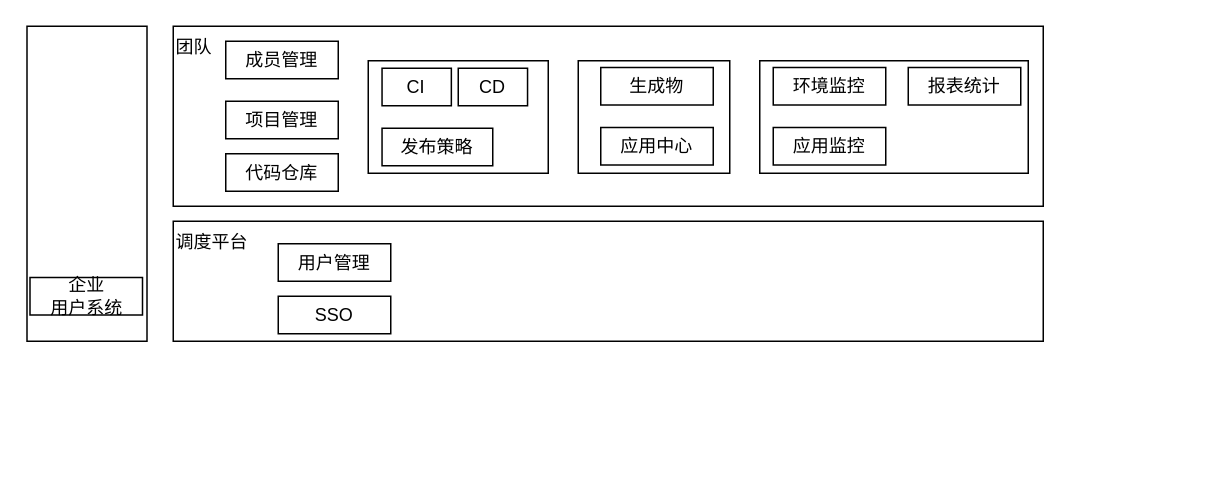
guowenshuai/draw.io keeps this draw.io diagram as raging一站式原生云平台整体架构图.drawio. Above is the earlier version. Source tidied: cells renumbered, new cells numbered last; positions are measured from the earlier drawing's top-left corner, leaving out a move shared by most shapes. Both pictures are drawn from the tidied source at 150%, with x=0, y=0 at pixel (26, 26).
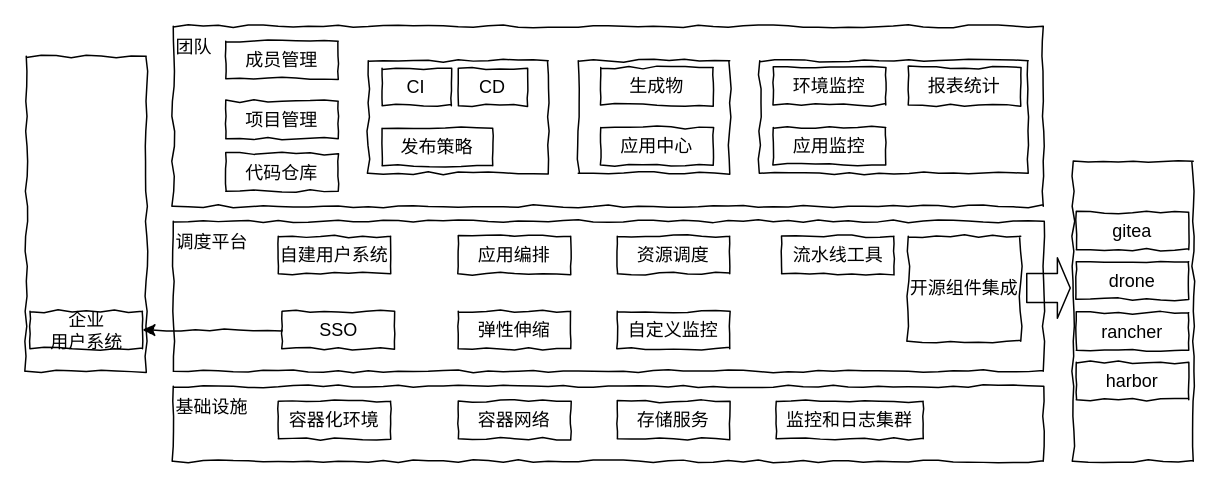
After the change.

Commit message (it also covers changes not shown here):
Update raging一站式原生云平台整体架构图.drawio

Change to the diagram source:
```diff
@@
-    <mxCell id="2" value="团队" style="rounded=0;whiteSpace=wrap;html=1;align=left;horizontal=1;verticalAlign=top;" parent="1" vertex="1">
+    <mxCell id="2" value="团队" style="rounded=0;whiteSpace=wrap;html=1;align=left;horizontal=1;verticalAlign=top;comic=1;" parent="1" vertex="1">
       <mxGeometry x="98" width="580" height="120" as="geometry" />
     </mxCell>
-    <mxCell id="3" value="成员管理" style="rounded=0;whiteSpace=wrap;html=1;" parent="1" vertex="1">
+    <mxCell id="3" value="成员管理" style="rounded=0;whiteSpace=wrap;html=1;comic=1;" parent="1" vertex="1">
       <mxGeometry x="133" y="10" width="75" height="25" as="geometry" />
     </mxCell>
-    <mxCell id="4" value="代码仓库" style="rounded=0;whiteSpace=wrap;html=1;" parent="1" vertex="1">
+    <mxCell id="4" value="代码仓库" style="rounded=0;whiteSpace=wrap;html=1;comic=1;" parent="1" vertex="1">
       <mxGeometry x="133" y="85" width="75" height="25" as="geometry" />
     </mxCell>
-    <mxCell id="5" value="项目管理" style="rounded=0;whiteSpace=wrap;html=1;" parent="1" vertex="1">
+    <mxCell id="5" value="项目管理" style="rounded=0;whiteSpace=wrap;html=1;comic=1;" parent="1" vertex="1">
       <mxGeometry x="133" y="50" width="75" height="25" as="geometry" />
     </mxCell>
-    <mxCell id="6" style="group;" parent="1" vertex="1">
+    <mxCell id="6" style="group;comic=1;" parent="1" vertex="1">
       <mxGeometry x="228" y="23" width="120" height="75" as="geometry" />
     </mxCell>
-    <mxCell id="7" style="rounded=0;whiteSpace=wrap;html=1;align=left;" parent="6" vertex="1">
+    <mxCell id="7" style="rounded=0;whiteSpace=wrap;html=1;align=left;comic=1;" parent="6" vertex="1">
       <mxGeometry width="120" height="75" as="geometry" />
     </mxCell>
-    <mxCell id="8" value="发布策略" style="rounded=0;whiteSpace=wrap;html=1;" parent="6" vertex="1">
+    <mxCell id="8" value="发布策略" style="rounded=0;whiteSpace=wrap;html=1;comic=1;" parent="6" vertex="1">
       <mxGeometry x="9.2" y="45" width="73.8" height="25" as="geometry" />
     </mxCell>
-    <mxCell id="9" value="CI" style="rounded=0;whiteSpace=wrap;html=1;" parent="6" vertex="1">
+    <mxCell id="9" value="CI" style="rounded=0;whiteSpace=wrap;html=1;comic=1;" parent="6" vertex="1">
       <mxGeometry x="9.2" y="5" width="46.2" height="25" as="geometry" />
     </mxCell>
-    <mxCell id="10" value="CD" style="rounded=0;whiteSpace=wrap;html=1;" parent="6" vertex="1">
+    <mxCell id="10" value="CD" style="rounded=0;whiteSpace=wrap;html=1;comic=1;" parent="6" vertex="1">
       <mxGeometry x="60" y="5" width="46.2" height="25" as="geometry" />
     </mxCell>
-    <mxCell id="11" style="rounded=0;whiteSpace=wrap;html=1;align=left;" parent="1" vertex="1">
+    <mxCell id="11" style="rounded=0;whiteSpace=wrap;html=1;align=left;comic=1;" parent="1" vertex="1">
       <mxGeometry x="368" y="23" width="101" height="75" as="geometry" />
     </mxCell>
-    <mxCell id="12" style="rounded=0;whiteSpace=wrap;html=1;align=left;" parent="1" vertex="1">
+    <mxCell id="12" style="rounded=0;whiteSpace=wrap;html=1;align=left;comic=1;" parent="1" vertex="1">
       <mxGeometry x="489" y="23" width="179" height="75" as="geometry" />
     </mxCell>
-    <mxCell id="13" value="应用监控" style="rounded=0;whiteSpace=wrap;html=1;" parent="1" vertex="1">
+    <mxCell id="13" value="应用监控" style="rounded=0;whiteSpace=wrap;html=1;comic=1;" parent="1" vertex="1">
       <mxGeometry x="498" y="67.5" width="75" height="25" as="geometry" />
     </mxCell>
-    <mxCell id="14" value="环境监控" style="rounded=0;whiteSpace=wrap;html=1;" parent="1" vertex="1">
+    <mxCell id="14" value="环境监控" style="rounded=0;whiteSpace=wrap;html=1;comic=1;" parent="1" vertex="1">
       <mxGeometry x="498" y="27.5" width="75" height="25" as="geometry" />
     </mxCell>
-    <mxCell id="15" value="生成物" style="rounded=0;whiteSpace=wrap;html=1;" parent="1" vertex="1">
+    <mxCell id="15" value="生成物" style="rounded=0;whiteSpace=wrap;html=1;comic=1;" parent="1" vertex="1">
       <mxGeometry x="383" y="27.5" width="75" height="25" as="geometry" />
     </mxCell>
-    <mxCell id="16" value="应用中心" style="rounded=0;whiteSpace=wrap;html=1;" parent="1" vertex="1">
+    <mxCell id="16" value="应用中心" style="rounded=0;whiteSpace=wrap;html=1;comic=1;" parent="1" vertex="1">
       <mxGeometry x="383" y="67.5" width="75" height="25" as="geometry" />
     </mxCell>
-    <mxCell id="17" value="报表统计" style="rounded=0;whiteSpace=wrap;html=1;" parent="1" vertex="1">
+    <mxCell id="17" value="报表统计" style="rounded=0;whiteSpace=wrap;html=1;comic=1;" parent="1" vertex="1">
       <mxGeometry x="588" y="27.5" width="75" height="25" as="geometry" />
     </mxCell>
-    <mxCell id="18" value="调度平台" style="rounded=0;whiteSpace=wrap;html=1;align=left;horizontal=1;verticalAlign=top;" parent="1" vertex="1">
-      <mxGeometry x="98" y="130" width="580" height="80" as="geometry" />
+    <mxCell id="18" value="调度平台" style="rounded=0;whiteSpace=wrap;html=1;align=left;horizontal=1;verticalAlign=top;comic=1;" parent="1" vertex="1">
+      <mxGeometry x="98" y="130" width="580" height="100" as="geometry" />
     </mxCell>
-    <mxCell id="19" value="用户管理" style="rounded=0;whiteSpace=wrap;html=1;" parent="1" vertex="1">
-      <mxGeometry x="168" y="145" width="75" height="25" as="geometry" />
+    <mxCell id="19" value="自建用户系统" style="rounded=0;whiteSpace=wrap;html=1;comic=1;" parent="1" vertex="1">
+      <mxGeometry x="168" y="140" width="75" height="25" as="geometry" />
     </mxCell>
-    <mxCell id="20" value="SSO" style="rounded=0;whiteSpace=wrap;html=1;" parent="1" vertex="1">
-      <mxGeometry x="168" y="180" width="75" height="25" as="geometry" />
+    <mxCell id="20" value="SSO" style="rounded=0;whiteSpace=wrap;html=1;comic=1;" parent="1" vertex="1">
+      <mxGeometry x="170.5" y="190" width="75" height="25" as="geometry" />
     </mxCell>
-    <mxCell id="21" style="rounded=0;whiteSpace=wrap;html=1;align=left;" parent="1" vertex="1">
-      <mxGeometry x="0.5" width="80" height="210" as="geometry" />
+    <mxCell id="21" style="rounded=0;whiteSpace=wrap;html=1;align=left;comic=1;" parent="1" vertex="1">
+      <mxGeometry y="20" width="80" height="210" as="geometry" />
     </mxCell>
-    <mxCell id="22" value="企业&lt;br&gt;用户系统" style="rounded=0;whiteSpace=wrap;html=1;" parent="1" vertex="1">
-      <mxGeometry x="2.5" y="167.5" width="75" height="25" as="geometry" />
+    <mxCell id="22" value="企业&lt;br&gt;用户系统" style="rounded=0;whiteSpace=wrap;html=1;comic=1;" parent="1" vertex="1">
+      <mxGeometry x="2.5" y="190" width="75" height="25" as="geometry" />
     </mxCell>
+    <mxCell id="23" style="endArrow=classic;html=1;exitX=0;exitY=0.5;exitDx=0;exitDy=0;entryX=1;entryY=0.5;entryDx=0;entryDy=0;comic=1;" parent="1" edge="1" source="20" target="22">
+      <mxGeometry relative="1" as="geometry" />
+    </mxCell>
+    <mxCell id="24" value="应用编排" style="rounded=0;whiteSpace=wrap;html=1;comic=1;" parent="1" vertex="1">
+      <mxGeometry x="288" y="140" width="75" height="25" as="geometry" />
+    </mxCell>
+    <mxCell id="25" value="弹性伸缩" style="rounded=0;whiteSpace=wrap;html=1;comic=1;" parent="1" vertex="1">
+      <mxGeometry x="288" y="190" width="75" height="25" as="geometry" />
+    </mxCell>
+    <mxCell id="26" value="资源调度" style="rounded=0;whiteSpace=wrap;html=1;comic=1;" parent="1" vertex="1">
+      <mxGeometry x="394" y="140" width="75" height="25" as="geometry" />
+    </mxCell>
+    <mxCell id="27" value="自定义监控" style="rounded=0;whiteSpace=wrap;html=1;comic=1;" parent="1" vertex="1">
+      <mxGeometry x="394" y="190" width="75" height="25" as="geometry" />
+    </mxCell>
+    <mxCell id="28" value="流水线工具" style="rounded=0;whiteSpace=wrap;html=1;comic=1;" parent="1" vertex="1">
+      <mxGeometry x="503.5" y="140" width="75" height="25" as="geometry" />
+    </mxCell>
+    <mxCell id="29" value="基础设施" style="rounded=0;whiteSpace=wrap;html=1;align=left;horizontal=1;verticalAlign=top;comic=1;" parent="1" vertex="1">
+      <mxGeometry x="98" y="240" width="580" height="50" as="geometry" />
+    </mxCell>
+    <mxCell id="30" value="容器化环境" style="rounded=0;whiteSpace=wrap;html=1;comic=1;" parent="1" vertex="1">
+      <mxGeometry x="168" y="250" width="75" height="25" as="geometry" />
+    </mxCell>
+    <mxCell id="31" value="存储服务" style="rounded=0;whiteSpace=wrap;html=1;comic=1;" parent="1" vertex="1">
+      <mxGeometry x="394" y="250" width="75" height="25" as="geometry" />
+    </mxCell>
+    <mxCell id="32" value="容器网络" style="rounded=0;whiteSpace=wrap;html=1;comic=1;" parent="1" vertex="1">
+      <mxGeometry x="288" y="250" width="75" height="25" as="geometry" />
+    </mxCell>
+    <mxCell id="33" value="监控和日志集群" style="rounded=0;whiteSpace=wrap;html=1;comic=1;" parent="1" vertex="1">
+      <mxGeometry x="500" y="250" width="98" height="25" as="geometry" />
+    </mxCell>
+    <mxCell id="34" value="开源组件集成" style="rounded=0;whiteSpace=wrap;html=1;comic=1;" parent="1" vertex="1">
+      <mxGeometry x="588" y="140" width="75" height="70" as="geometry" />
+    </mxCell>
+    <mxCell id="35" style="rounded=0;whiteSpace=wrap;html=1;align=left;comic=1;" parent="1" vertex="1">
+      <mxGeometry x="698" y="90" width="80" height="200" as="geometry" />
+    </mxCell>
+    <mxCell id="36" value="harbor" style="rounded=0;whiteSpace=wrap;html=1;comic=1;" parent="1" vertex="1">
+      <mxGeometry x="700" y="224" width="75" height="25" as="geometry" />
+    </mxCell>
+    <mxCell id="37" value="rancher" style="rounded=0;whiteSpace=wrap;html=1;comic=1;" parent="1" vertex="1">
+      <mxGeometry x="700" y="191" width="75" height="25" as="geometry" />
+    </mxCell>
+    <mxCell id="38" value="gitea" style="rounded=0;whiteSpace=wrap;html=1;comic=1;" parent="1" vertex="1">
+      <mxGeometry x="700" y="124" width="75" height="25" as="geometry" />
+    </mxCell>
+    <mxCell id="39" value="drone" style="rounded=0;whiteSpace=wrap;html=1;comic=1;" parent="1" vertex="1">
+      <mxGeometry x="700" y="157" width="75" height="25" as="geometry" />
+    </mxCell>
+    <mxCell id="40" style="endArrow=classic;html=1;shape=flexArrow;width=19.428571428571427;endSize=2.525714285714286;" parent="1" edge="1">
+      <mxGeometry relative="1" as="geometry">
+        <mxPoint x="666.5" y="174.5" as="sourcePoint" />
+        <mxPoint x="696.5" y="174.5" as="targetPoint" />
+      </mxGeometry>
+    </mxCell>
```
